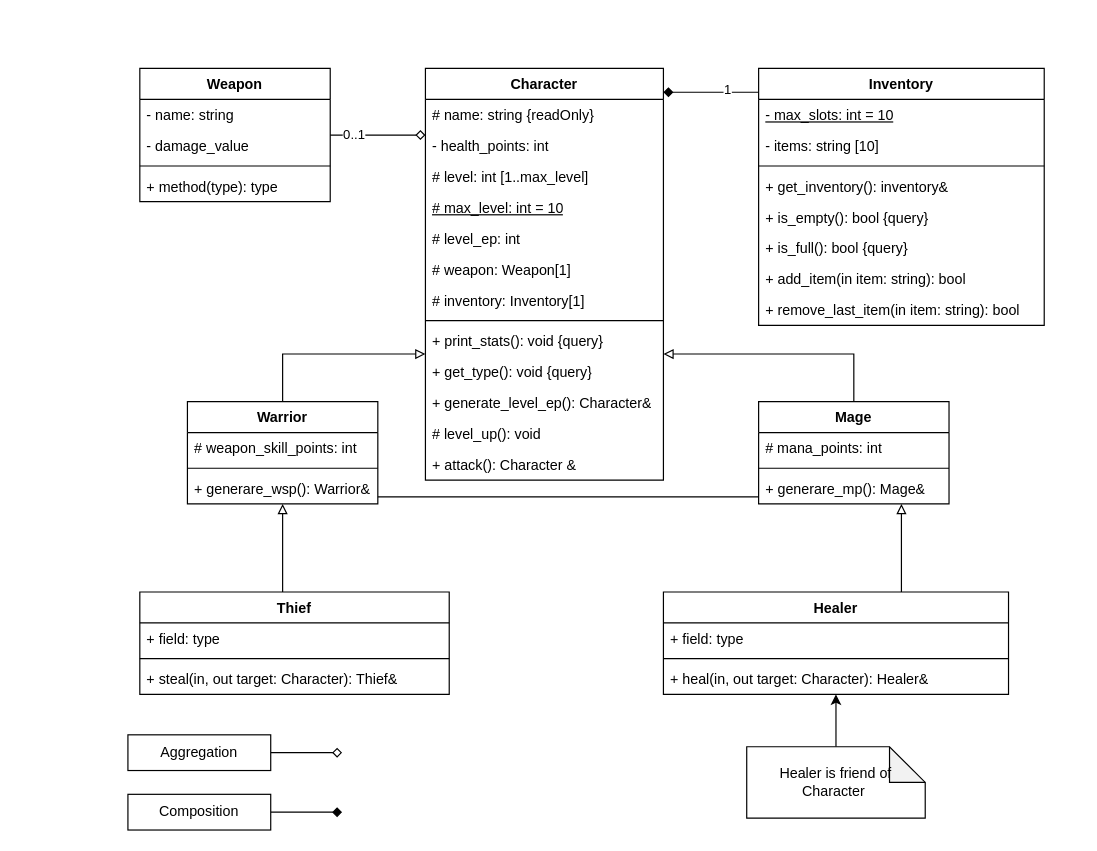
Before: courses/coding-in-C++/Lab_3/mySolution/section_4/game.drawio in Carrotsoup92/study-code, a draw.io diagram. Source tidied: cells renumbered, new cells numbered last; positions are measured from the earlier drawing's top-left corner, leaving out a move shared by most shapes. Both pictures are drawn from the tidied source at 119%, with x=0, y=0 at pixel (127, 68).
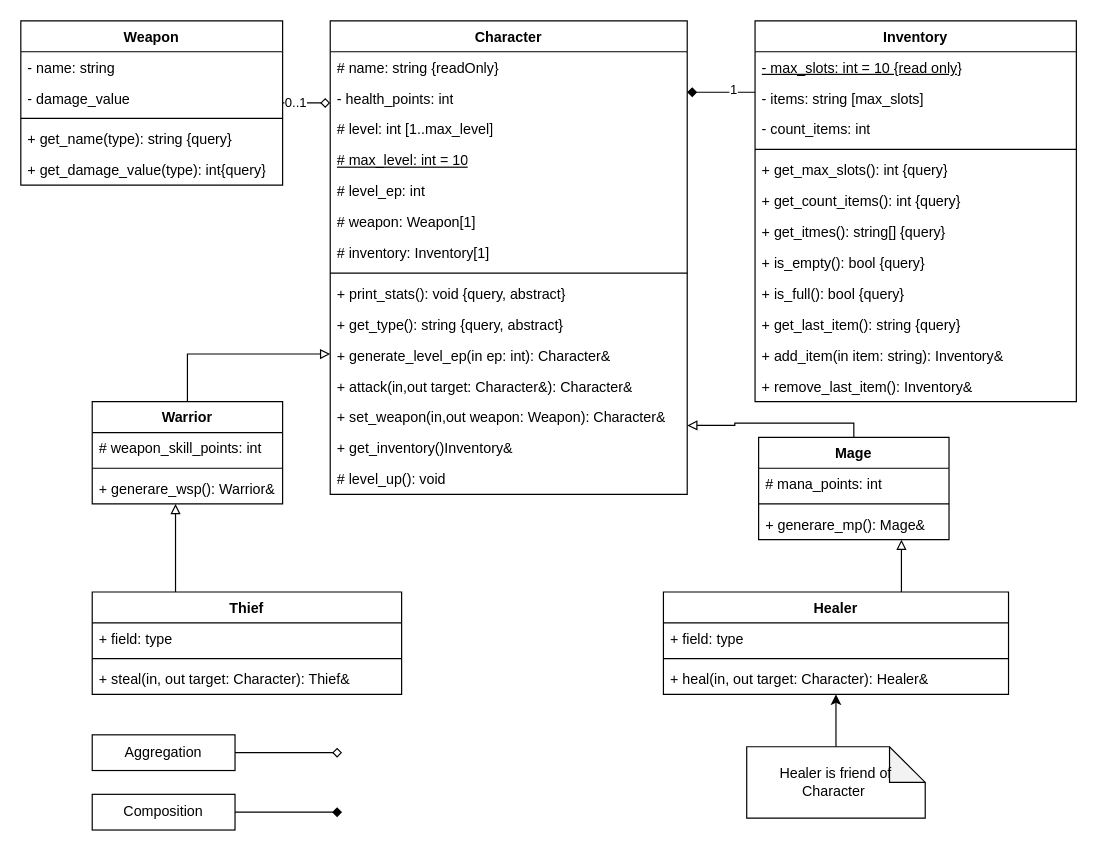
After the change.

Change to the diagram source:
```diff
@@
     <mxCell id="2" value="Character" style="swimlane;fontStyle=1;align=center;verticalAlign=top;horizontal=1;startSize=26;whiteSpace=wrap;html=1;" parent="1" vertex="1">
-      <mxGeometry x="250" width="200" height="346" as="geometry" />
+      <mxGeometry x="170" y="-40" width="300" height="398" as="geometry" />
     </mxCell>
     <mxCell id="3" value="# name: string {readOnly}" style="text;strokeColor=none;fillColor=none;align=left;verticalAlign=top;spacingLeft=4;spacingRight=4;overflow=hidden;whiteSpace=wrap;html=1;" parent="2" vertex="1">
-      <mxGeometry y="26" width="200" height="26" as="geometry" />
+      <mxGeometry y="26" width="300" height="26" as="geometry" />
     </mxCell>
     <mxCell id="4" value="- health_points: int" style="text;strokeColor=none;fillColor=none;align=left;verticalAlign=top;spacingLeft=4;spacingRight=4;overflow=hidden;whiteSpace=wrap;html=1;" parent="2" vertex="1">
-      <mxGeometry y="52" width="200" height="26" as="geometry" />
+      <mxGeometry y="52" width="300" height="26" as="geometry" />
     </mxCell>
     <mxCell id="5" value="# level: int [1..max_level]" style="text;strokeColor=none;fillColor=none;align=left;verticalAlign=top;spacingLeft=4;spacingRight=4;overflow=hidden;whiteSpace=wrap;html=1;" parent="2" vertex="1">
-      <mxGeometry y="78" width="200" height="26" as="geometry" />
+      <mxGeometry y="78" width="300" height="26" as="geometry" />
     </mxCell>
     <mxCell id="6" value="&lt;u&gt;# max_level: int = 10&lt;/u&gt;" style="text;strokeColor=none;fillColor=none;align=left;verticalAlign=top;spacingLeft=4;spacingRight=4;overflow=hidden;whiteSpace=wrap;html=1;" parent="2" vertex="1">
-      <mxGeometry y="104" width="200" height="26" as="geometry" />
+      <mxGeometry y="104" width="300" height="26" as="geometry" />
     </mxCell>
     <mxCell id="7" value="# level_ep: int&amp;nbsp;" style="text;strokeColor=none;fillColor=none;align=left;verticalAlign=top;spacingLeft=4;spacingRight=4;overflow=hidden;whiteSpace=wrap;html=1;" parent="2" vertex="1">
-      <mxGeometry y="130" width="200" height="26" as="geometry" />
+      <mxGeometry y="130" width="300" height="26" as="geometry" />
     </mxCell>
     <mxCell id="8" value="# weapon: Weapon[1]" style="text;strokeColor=none;fillColor=none;align=left;verticalAlign=top;spacingLeft=4;spacingRight=4;overflow=hidden;whiteSpace=wrap;html=1;" parent="2" vertex="1">
-      <mxGeometry y="156" width="200" height="26" as="geometry" />
+      <mxGeometry y="156" width="300" height="26" as="geometry" />
     </mxCell>
     <mxCell id="9" value="# inventory: Inventory[1]" style="text;strokeColor=none;fillColor=none;align=left;verticalAlign=top;spacingLeft=4;spacingRight=4;overflow=hidden;whiteSpace=wrap;html=1;" parent="2" vertex="1">
-      <mxGeometry y="182" width="200" height="26" as="geometry" />
+      <mxGeometry y="182" width="300" height="26" as="geometry" />
     </mxCell>
     <mxCell id="10" style="line;strokeWidth=1;fillColor=none;align=left;verticalAlign=middle;spacingTop=-1;spacingLeft=3;spacingRight=3;labelPosition=right;strokeColor=inherit;" parent="2" vertex="1">
-      <mxGeometry y="208" width="200" height="8" as="geometry" />
+      <mxGeometry y="208" width="300" height="8" as="geometry" />
     </mxCell>
-    <mxCell id="11" value="+ print_stats(): void {query}" style="text;strokeColor=none;fillColor=none;align=left;verticalAlign=top;spacingLeft=4;spacingRight=4;overflow=hidden;whiteSpace=wrap;html=1;" parent="2" vertex="1">
-      <mxGeometry y="216" width="200" height="26" as="geometry" />
+    <mxCell id="11" value="+ print_stats(): void {query, abstract}" style="text;strokeColor=none;fillColor=none;align=left;verticalAlign=top;spacingLeft=4;spacingRight=4;overflow=hidden;whiteSpace=wrap;html=1;" parent="2" vertex="1">
+      <mxGeometry y="216" width="300" height="26" as="geometry" />
     </mxCell>
-    <mxCell id="12" value="+ get_type(): void {query}" style="text;strokeColor=none;fillColor=none;align=left;verticalAlign=top;spacingLeft=4;spacingRight=4;overflow=hidden;whiteSpace=wrap;html=1;" parent="2" vertex="1">
-      <mxGeometry y="242" width="200" height="26" as="geometry" />
+    <mxCell id="12" value="+ get_type(): string {query, abstract}" style="text;strokeColor=none;fillColor=none;align=left;verticalAlign=top;spacingLeft=4;spacingRight=4;overflow=hidden;whiteSpace=wrap;html=1;" parent="2" vertex="1">
+      <mxGeometry y="242" width="300" height="26" as="geometry" />
     </mxCell>
-    <mxCell id="13" value="+ generate_level_ep(): Character&amp;amp;" style="text;strokeColor=none;fillColor=none;align=left;verticalAlign=top;spacingLeft=4;spacingRight=4;overflow=hidden;whiteSpace=wrap;html=1;" parent="2" vertex="1">
-      <mxGeometry y="268" width="200" height="26" as="geometry" />
+    <mxCell id="13" value="+ generate_level_ep(in ep: int): Character&amp;amp;" style="text;strokeColor=none;fillColor=none;align=left;verticalAlign=top;spacingLeft=4;spacingRight=4;overflow=hidden;whiteSpace=wrap;html=1;" parent="2" vertex="1">
+      <mxGeometry y="268" width="300" height="26" as="geometry" />
     </mxCell>
+    <mxCell id="61" value="+ attack(in,out target: Character&amp;amp;): Character&amp;amp;" style="text;strokeColor=none;fillColor=none;align=left;verticalAlign=top;spacingLeft=4;spacingRight=4;overflow=hidden;whiteSpace=wrap;html=1;" parent="2" vertex="1">
+      <mxGeometry y="294" width="300" height="26" as="geometry" />
+    </mxCell>
+    <mxCell id="62" value="+ set_weapon(in,out weapon: Weapon): Character&amp;amp;" style="text;strokeColor=none;fillColor=none;align=left;verticalAlign=top;spacingLeft=4;spacingRight=4;overflow=hidden;whiteSpace=wrap;html=1;" parent="2" vertex="1">
+      <mxGeometry y="320" width="300" height="26" as="geometry" />
+    </mxCell>
+    <mxCell id="63" value="+ get_inventory()Inventory&amp;amp;" style="text;strokeColor=none;fillColor=none;align=left;verticalAlign=top;spacingLeft=4;spacingRight=4;overflow=hidden;whiteSpace=wrap;html=1;" parent="2" vertex="1">
+      <mxGeometry y="346" width="300" height="26" as="geometry" />
+    </mxCell>
     <mxCell id="14" value="# level_up(): void" style="text;strokeColor=none;fillColor=none;align=left;verticalAlign=top;spacingLeft=4;spacingRight=4;overflow=hidden;whiteSpace=wrap;html=1;" parent="2" vertex="1">
-      <mxGeometry y="294" width="200" height="26" as="geometry" />
+      <mxGeometry y="372" width="300" height="26" as="geometry" />
     </mxCell>
-    <mxCell id="15" value="+ attack(): Character &amp;amp;" style="text;strokeColor=none;fillColor=none;align=left;verticalAlign=top;spacingLeft=4;spacingRight=4;overflow=hidden;whiteSpace=wrap;html=1;" parent="2" vertex="1">
-      <mxGeometry y="320" width="200" height="26" as="geometry" />
-    </mxCell>
@@
     <mxCell id="18" value="Weapon" style="swimlane;fontStyle=1;align=center;verticalAlign=top;horizontal=1;startSize=26;whiteSpace=wrap;html=1;" parent="1" vertex="1">
-      <mxGeometry x="10" width="160" height="112" as="geometry" />
+      <mxGeometry x="-90" y="-40" width="220" height="138" as="geometry" />
     </mxCell>
     <mxCell id="19" value="- name: string" style="text;strokeColor=none;fillColor=none;align=left;verticalAlign=top;spacingLeft=4;spacingRight=4;overflow=hidden;whiteSpace=wrap;html=1;" parent="18" vertex="1">
-      <mxGeometry y="26" width="160" height="26" as="geometry" />
+      <mxGeometry y="26" width="220" height="26" as="geometry" />
     </mxCell>
     <mxCell id="20" value="- damage_value" style="text;strokeColor=none;fillColor=none;align=left;verticalAlign=top;spacingLeft=4;spacingRight=4;overflow=hidden;whiteSpace=wrap;html=1;" parent="18" vertex="1">
-      <mxGeometry y="52" width="160" height="26" as="geometry" />
+      <mxGeometry y="52" width="220" height="26" as="geometry" />
     </mxCell>
     <mxCell id="21" style="line;strokeWidth=1;fillColor=none;align=left;verticalAlign=middle;spacingTop=-1;spacingLeft=3;spacingRight=3;labelPosition=right;strokeColor=inherit;" parent="18" vertex="1">
-      <mxGeometry y="78" width="160" height="8" as="geometry" />
+      <mxGeometry y="78" width="220" height="8" as="geometry" />
     </mxCell>
-    <mxCell id="22" value="+ method(type): type" style="text;strokeColor=none;fillColor=none;align=left;verticalAlign=top;spacingLeft=4;spacingRight=4;overflow=hidden;whiteSpace=wrap;html=1;" parent="18" vertex="1">
-      <mxGeometry y="86" width="160" height="26" as="geometry" />
+    <mxCell id="22" value="+ get_name(type): string {query}" style="text;strokeColor=none;fillColor=none;align=left;verticalAlign=top;spacingLeft=4;spacingRight=4;overflow=hidden;whiteSpace=wrap;html=1;" parent="18" vertex="1">
+      <mxGeometry y="86" width="220" height="26" as="geometry" />
     </mxCell>
+    <mxCell id="64" value="+ get_damage_value(type): int{query}" style="text;strokeColor=none;fillColor=none;align=left;verticalAlign=top;spacingLeft=4;spacingRight=4;overflow=hidden;whiteSpace=wrap;html=1;" parent="18" vertex="1">
+      <mxGeometry y="112" width="220" height="26" as="geometry" />
+    </mxCell>
@@
     <mxCell id="25" value="Inventory" style="swimlane;fontStyle=1;align=center;verticalAlign=top;horizontal=1;startSize=26;whiteSpace=wrap;html=1;" parent="1" vertex="1">
-      <mxGeometry x="530" width="240" height="216" as="geometry" />
+      <mxGeometry x="527" y="-40" width="270" height="320" as="geometry" />
     </mxCell>
-    <mxCell id="26" value="&lt;u&gt;- max_slots: int = 10&lt;/u&gt;" style="text;strokeColor=none;fillColor=none;align=left;verticalAlign=top;spacingLeft=4;spacingRight=4;overflow=hidden;whiteSpace=wrap;html=1;" parent="25" vertex="1">
-      <mxGeometry y="26" width="240" height="26" as="geometry" />
+    <mxCell id="26" value="&lt;u&gt;- max_slots: int = 10 {read only}&lt;/u&gt;" style="text;strokeColor=none;fillColor=none;align=left;verticalAlign=top;spacingLeft=4;spacingRight=4;overflow=hidden;whiteSpace=wrap;html=1;" parent="25" vertex="1">
+      <mxGeometry y="26" width="270" height="26" as="geometry" />
     </mxCell>
-    <mxCell id="27" value="- items: string [10]" style="text;strokeColor=none;fillColor=none;align=left;verticalAlign=top;spacingLeft=4;spacingRight=4;overflow=hidden;whiteSpace=wrap;html=1;" parent="25" vertex="1">
-      <mxGeometry y="52" width="240" height="26" as="geometry" />
+    <mxCell id="27" value="- items: string [max_slots]" style="text;strokeColor=none;fillColor=none;align=left;verticalAlign=top;spacingLeft=4;spacingRight=4;overflow=hidden;whiteSpace=wrap;html=1;" parent="25" vertex="1">
+      <mxGeometry y="52" width="270" height="26" as="geometry" />
     </mxCell>
+    <mxCell id="65" value="- count_items: int" style="text;strokeColor=none;fillColor=none;align=left;verticalAlign=top;spacingLeft=4;spacingRight=4;overflow=hidden;whiteSpace=wrap;html=1;" parent="25" vertex="1">
+      <mxGeometry y="78" width="270" height="26" as="geometry" />
+    </mxCell>
     <mxCell id="28" style="line;strokeWidth=1;fillColor=none;align=left;verticalAlign=middle;spacingTop=-1;spacingLeft=3;spacingRight=3;labelPosition=right;strokeColor=inherit;" parent="25" vertex="1">
-      <mxGeometry y="78" width="240" height="8" as="geometry" />
+      <mxGeometry y="104" width="270" height="8" as="geometry" />
     </mxCell>
-    <mxCell id="29" value="+ get_inventory(): inventory&amp;amp;" style="text;strokeColor=none;fillColor=none;align=left;verticalAlign=top;spacingLeft=4;spacingRight=4;overflow=hidden;whiteSpace=wrap;html=1;" parent="25" vertex="1">
-      <mxGeometry y="86" width="240" height="26" as="geometry" />
+    <mxCell id="29" value="+ get_max_slots(): int {query}" style="text;strokeColor=none;fillColor=none;align=left;verticalAlign=top;spacingLeft=4;spacingRight=4;overflow=hidden;whiteSpace=wrap;html=1;" parent="25" vertex="1">
+      <mxGeometry y="112" width="270" height="26" as="geometry" />
     </mxCell>
+    <mxCell id="66" value="+ get_count_items(): int {query}" style="text;strokeColor=none;fillColor=none;align=left;verticalAlign=top;spacingLeft=4;spacingRight=4;overflow=hidden;whiteSpace=wrap;html=1;" parent="25" vertex="1">
+      <mxGeometry y="138" width="270" height="26" as="geometry" />
+    </mxCell>
+    <mxCell id="67" value="+ get_itmes(): string[] {query}" style="text;strokeColor=none;fillColor=none;align=left;verticalAlign=top;spacingLeft=4;spacingRight=4;overflow=hidden;whiteSpace=wrap;html=1;" parent="25" vertex="1">
+      <mxGeometry y="164" width="270" height="26" as="geometry" />
+    </mxCell>
     <mxCell id="30" value="+ is_empty(): bool {query}" style="text;strokeColor=none;fillColor=none;align=left;verticalAlign=top;spacingLeft=4;spacingRight=4;overflow=hidden;whiteSpace=wrap;html=1;" parent="25" vertex="1">
-      <mxGeometry y="112" width="240" height="26" as="geometry" />
+      <mxGeometry y="190" width="270" height="26" as="geometry" />
     </mxCell>
     <mxCell id="31" value="+ is_full(): bool {query}" style="text;strokeColor=none;fillColor=none;align=left;verticalAlign=top;spacingLeft=4;spacingRight=4;overflow=hidden;whiteSpace=wrap;html=1;" parent="25" vertex="1">
-      <mxGeometry y="138" width="240" height="26" as="geometry" />
+      <mxGeometry y="216" width="270" height="26" as="geometry" />
     </mxCell>
+    <mxCell id="68" value="+ get_last_item(): string {query}" style="text;strokeColor=none;fillColor=none;align=left;verticalAlign=top;spacingLeft=4;spacingRight=4;overflow=hidden;whiteSpace=wrap;html=1;" parent="25" vertex="1">
+      <mxGeometry y="242" width="270" height="26" as="geometry" />
+    </mxCell>
-    <mxCell id="32" value="+ add_item(in item: string): bool&amp;nbsp;" style="text;strokeColor=none;fillColor=none;align=left;verticalAlign=top;spacingLeft=4;spacingRight=4;overflow=hidden;whiteSpace=wrap;html=1;" parent="25" vertex="1">
-      <mxGeometry y="164" width="240" height="26" as="geometry" />
+    <mxCell id="32" value="+ add_item(in item: string): Inventory&amp;amp;&amp;nbsp;" style="text;strokeColor=none;fillColor=none;align=left;verticalAlign=top;spacingLeft=4;spacingRight=4;overflow=hidden;whiteSpace=wrap;html=1;" parent="25" vertex="1">
+      <mxGeometry y="268" width="270" height="26" as="geometry" />
     </mxCell>
-    <mxCell id="33" value="+ remove_last_item(in item: string): bool&amp;nbsp;" style="text;strokeColor=none;fillColor=none;align=left;verticalAlign=top;spacingLeft=4;spacingRight=4;overflow=hidden;whiteSpace=wrap;html=1;" parent="25" vertex="1">
-      <mxGeometry y="190" width="240" height="26" as="geometry" />
+    <mxCell id="33" value="+ remove_last_item(): Inventory&amp;amp;&amp;nbsp;" style="text;strokeColor=none;fillColor=none;align=left;verticalAlign=top;spacingLeft=4;spacingRight=4;overflow=hidden;whiteSpace=wrap;html=1;" parent="25" vertex="1">
+      <mxGeometry y="294" width="270" height="26" as="geometry" />
     </mxCell>
-    <mxCell id="34" style="edgeStyle=orthogonalEdgeStyle;rounded=0;jettySize=auto;html=1;endArrow=none;endFill=0;" parent="1" edge="1" source="57" target="35">
-      <mxGeometry relative="1" as="geometry">
-        <Array as="points">
-          <mxPoint x="440" y="360" />
-          <mxPoint x="440" y="360" />
-        </Array>
-      </mxGeometry>
-    </mxCell>
     <mxCell id="35" value="Mage" style="swimlane;fontStyle=1;align=center;verticalAlign=top;horizontal=1;startSize=26;whiteSpace=wrap;html=1;" parent="1" vertex="1">
-      <mxGeometry x="530" y="280" width="160" height="86" as="geometry" />
+      <mxGeometry x="530" y="310" width="160" height="86" as="geometry" />
     </mxCell>
@@
     <mxCell id="39" style="edgeStyle=orthogonalEdgeStyle;rounded=0;jettySize=auto;html=1;endArrow=block;endFill=0;" parent="1" edge="1" source="40" target="57">
       <mxGeometry relative="1" as="geometry">
         <Array as="points">
-          <mxPoint x="130" y="430" />
-          <mxPoint x="130" y="430" />
+          <mxPoint x="40" y="400" />
+          <mxPoint x="40" y="400" />
         </Array>
       </mxGeometry>
     </mxCell>
     <mxCell id="40" value="Thief" style="swimlane;fontStyle=1;align=center;verticalAlign=top;horizontal=1;startSize=26;whiteSpace=wrap;html=1;" parent="1" vertex="1">
-      <mxGeometry x="10" y="440" width="260" height="86" as="geometry" />
+      <mxGeometry x="-30" y="440" width="260" height="86" as="geometry" />
     </mxCell>
@@
     <mxCell id="49" style="edgeStyle=orthogonalEdgeStyle;rounded=0;jettySize=auto;html=1;endArrow=block;endFill=0;" parent="1" edge="1" source="57" target="2">
       <mxGeometry relative="1" as="geometry">
         <Array as="points">
-          <mxPoint x="130" y="240" />
+          <mxPoint x="50" y="240" />
         </Array>
       </mxGeometry>
     </mxCell>
     <mxCell id="50" style="edgeStyle=orthogonalEdgeStyle;rounded=0;jettySize=auto;html=1;endArrow=block;endFill=0;" parent="1" edge="1" source="35" target="2">
       <mxGeometry relative="1" as="geometry">
         <Array as="points">
-          <mxPoint x="610" y="240" />
+          <mxPoint x="610" y="298" />
+          <mxPoint x="510" y="298" />
+          <mxPoint x="510" y="300" />
         </Array>
       </mxGeometry>
     </mxCell>
@@
     <mxCell id="54" value="Aggregation" style="rounded=0;whiteSpace=wrap;html=1;" parent="1" vertex="1">
-      <mxGeometry y="560" width="120" height="30" as="geometry" />
+      <mxGeometry x="-30" y="560" width="120" height="30" as="geometry" />
     </mxCell>
@@
     <mxCell id="56" value="Composition" style="rounded=0;whiteSpace=wrap;html=1;" parent="1" vertex="1">
-      <mxGeometry y="610" width="120" height="30" as="geometry" />
+      <mxGeometry x="-30" y="610" width="120" height="30" as="geometry" />
     </mxCell>
     <mxCell id="57" value="Warrior" style="swimlane;fontStyle=1;align=center;verticalAlign=top;horizontal=1;startSize=26;whiteSpace=wrap;html=1;" parent="1" vertex="1">
-      <mxGeometry x="50" y="280" width="160" height="86" as="geometry" />
+      <mxGeometry x="-30" y="280" width="160" height="86" as="geometry" />
     </mxCell>
```
